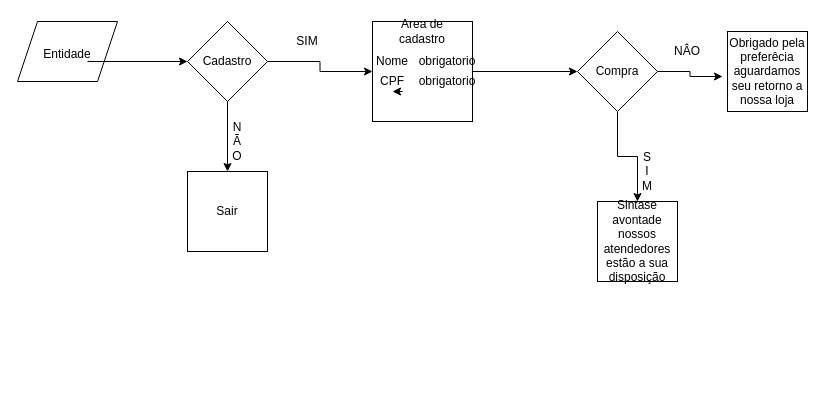
Darleysantana/Teste-dsn keeps this draw.io diagram as Untitled Diagram.drawio. Above is the earlier version. Source tidied: cells renumbered, new cells numbered last; positions are measured from the earlier drawing's top-left corner, leaving out a move shared by most shapes. Both pictures are drawn from the tidied source at 100%, with x=0, y=0 at pixel (17, 21).
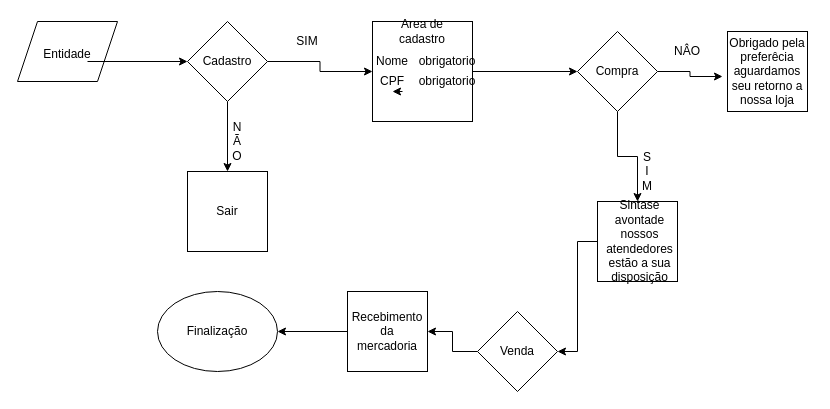
Above is the later version.

The change refers to these unchanged cells:
```xml
<mxCell id="19" style="whiteSpace=wrap;html=1;" parent="1" vertex="1">
  <mxGeometry x="580" y="180" width="80" height="80" as="geometry" />
</mxCell>
```

Change to the diagram source:
```diff
@@
+    <mxCell id="28" style="edgeStyle=orthogonalEdgeStyle;rounded=0;jettySize=auto;html=1;entryX=1;entryY=0.5;entryDx=0;entryDy=0;" parent="1" edge="1" source="19" target="30">
+      <mxGeometry relative="1" as="geometry" />
+    </mxCell>
@@
     <mxCell id="26" value="Sintase avontade nossos atendedores estão a sua disposição" style="text;html=1;strokeColor=none;fillColor=none;align=center;verticalAlign=middle;whiteSpace=wrap;rounded=0;" parent="1" vertex="1">
-      <mxGeometry x="575" y="210" width="90" height="20" as="geometry" />
+      <mxGeometry x="585" y="215" width="75" height="10" as="geometry" />
     </mxCell>
@@
+    <mxCell id="29" style="edgeStyle=orthogonalEdgeStyle;rounded=0;jettySize=auto;html=1;entryX=1;entryY=0.5;entryDx=0;entryDy=0;" parent="1" edge="1" source="30" target="33">
+      <mxGeometry relative="1" as="geometry" />
+    </mxCell>
+    <mxCell id="30" value="Venda" style="rhombus;whiteSpace=wrap;html=1;" parent="1" vertex="1">
+      <mxGeometry x="460" y="290" width="80" height="80" as="geometry" />
+    </mxCell>
+    <mxCell id="31" style="edgeStyle=orthogonalEdgeStyle;rounded=0;orthogonalLoop=1;jettySize=auto;html=1;exitX=0.5;exitY=1;exitDx=0;exitDy=0;" parent="1" edge="1" source="26" target="26">
+      <mxGeometry relative="1" as="geometry" />
+    </mxCell>
+    <mxCell id="32" style="edgeStyle=orthogonalEdgeStyle;rounded=0;jettySize=auto;html=1;entryX=1;entryY=0.5;entryDx=0;entryDy=0;" parent="1" edge="1" source="33" target="35">
+      <mxGeometry relative="1" as="geometry" />
+    </mxCell>
+    <mxCell id="33" style="whiteSpace=wrap;html=1;" parent="1" vertex="1">
+      <mxGeometry x="330" y="270" width="80" height="80" as="geometry" />
+    </mxCell>
+    <mxCell id="34" value="Recebimento da mercadoria" style="text;html=1;strokeColor=none;fillColor=none;align=center;verticalAlign=middle;whiteSpace=wrap;rounded=0;" parent="1" vertex="1">
+      <mxGeometry x="350" y="300" width="40" height="20" as="geometry" />
+    </mxCell>
+    <mxCell id="35" style="ellipse;whiteSpace=wrap;html=1;" parent="1" vertex="1">
+      <mxGeometry x="140" y="270" width="120" height="80" as="geometry" />
+    </mxCell>
+    <mxCell id="36" value="Finalização" style="text;html=1;strokeColor=none;fillColor=none;align=center;verticalAlign=middle;whiteSpace=wrap;rounded=0;" parent="1" vertex="1">
+      <mxGeometry x="180" y="300" width="40" height="20" as="geometry" />
+    </mxCell>
```
